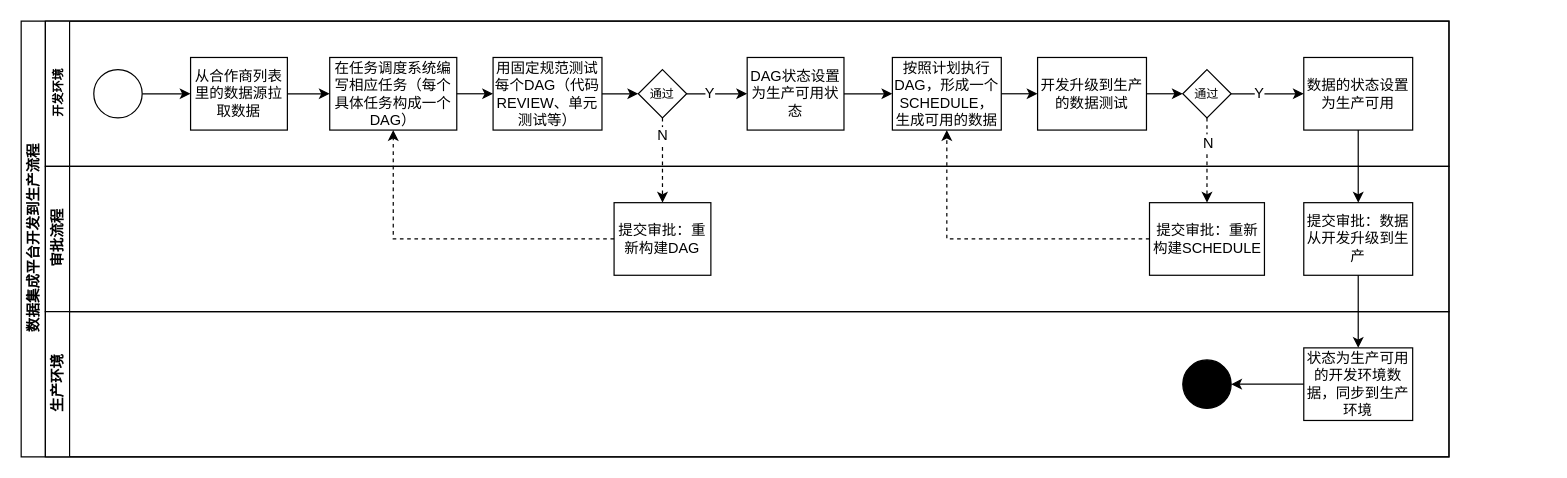
Earlier version of the draw.io diagram drawio/数据集成平台升级方案.drawio (jayed008/notebook). Source tidied: cells renumbered, new cells numbered last; positions are measured from the earlier drawing's top-left corner, leaving out a move shared by most shapes. Both pictures are drawn from the tidied source at 121%, with x=0, y=0 at pixel (21, 21).
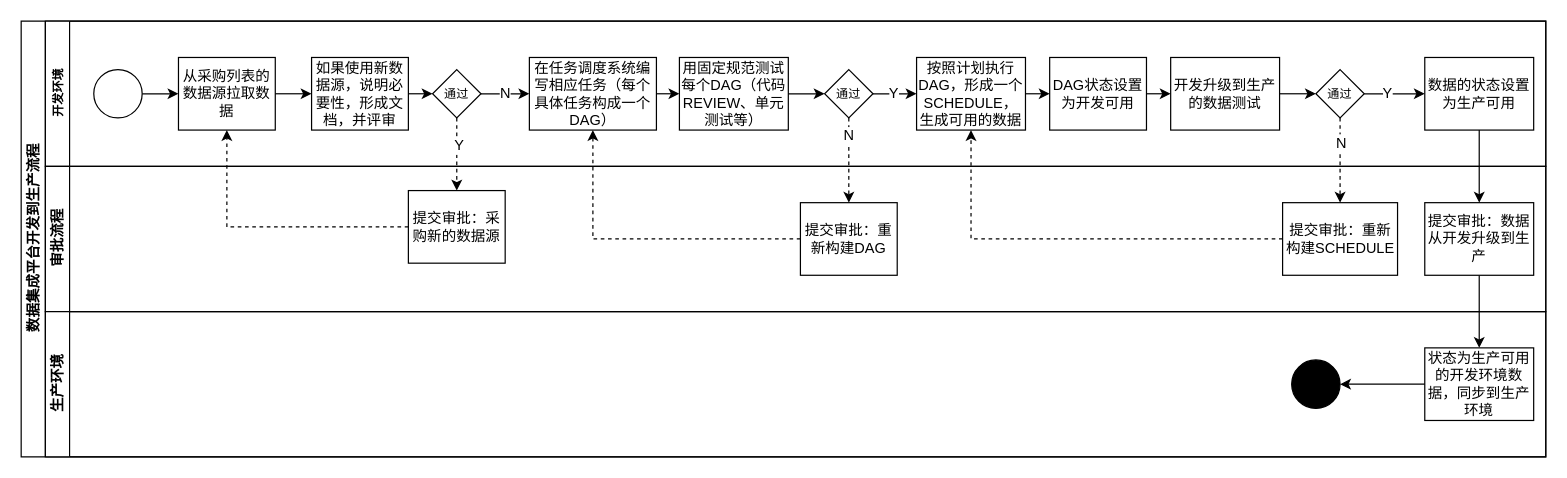
The same diagram, later.

Commit message:
Update 数据集成平台升级方案.drawio

What changed in the source:
```diff
@@
     <mxCell id="2" value="数据集成平台开发到生产流程" style="swimlane;html=1;horizontal=0;startSize=20;" parent="1" vertex="1">
-      <mxGeometry width="1180" height="360" as="geometry" />
+      <mxGeometry width="1260" height="360" as="geometry" />
     </mxCell>
+    <mxCell id="33" style="edgeStyle=orthogonalEdgeStyle;rounded=0;jettySize=auto;html=1;endArrow=classic;endFill=1;dashed=1;" parent="2" edge="1" source="9" target="26">
+      <mxGeometry relative="1" as="geometry" />
+    </mxCell>
+    <mxCell id="34" value="N" style="edgeLabel;html=1;align=center;verticalAlign=middle;fontSize=12;" parent="33" vertex="1">
+      <mxGeometry x="-0.61" y="-1" relative="1" as="geometry" />
+    </mxCell>
+    <mxCell id="35" style="edgeStyle=orthogonalEdgeStyle;rounded=0;jettySize=auto;html=1;endArrow=classic;endFill=1;dashed=1;" parent="2" edge="1" source="26" target="7">
+      <mxGeometry relative="1" as="geometry" />
+    </mxCell>
+    <mxCell id="36" style="endArrow=classic;html=1;fontSize=12;dashed=1;" parent="2" edge="1" source="20" target="28">
+      <mxGeometry relative="1" as="geometry" />
+    </mxCell>
+    <mxCell id="37" value="N" style="edgeLabel;html=1;align=center;verticalAlign=middle;fontSize=12;" parent="36" vertex="1">
+      <mxGeometry x="-0.68" y="1" relative="1" as="geometry">
+        <mxPoint x="-1" y="9" as="offset" />
+      </mxGeometry>
+    </mxCell>
+    <mxCell id="38" style="endArrow=classic;html=1;dashed=1;fontSize=12;rounded=0;" parent="2" edge="1" source="28" target="16">
+      <mxGeometry relative="1" as="geometry">
+        <Array as="points">
+          <mxPoint x="785" y="180" />
+        </Array>
+      </mxGeometry>
+    </mxCell>
+    <mxCell id="39" style="endArrow=classic;html=1;fontSize=12;" parent="2" edge="1" source="27" target="30">
+      <mxGeometry relative="1" as="geometry" />
+    </mxCell>
+    <mxCell id="40" style="endArrow=classic;html=1;fontSize=12;" parent="2" edge="1" source="22" target="27">
+      <mxGeometry relative="1" as="geometry" />
+    </mxCell>
     <mxCell id="3" value="开发环境" style="swimlane;html=1;startSize=20;horizontal=0;fontSize=10;" parent="2" vertex="1">
-      <mxGeometry x="20" width="1160" height="120" as="geometry" />
+      <mxGeometry x="20" width="1240" height="120" as="geometry" />
     </mxCell>
@@
-    <mxCell id="6" value="从合作商列表里的数据源拉取数据" style="rounded=0;whiteSpace=wrap;html=1;fontFamily=Helvetica;fontSize=12;fontColor=#000000;align=center;" parent="3" vertex="1">
-      <mxGeometry x="120" y="30" width="80" height="60" as="geometry" />
+    <mxCell id="6" value="从采购列表的数据源拉取数据" style="rounded=0;whiteSpace=wrap;html=1;fontFamily=Helvetica;fontSize=12;fontColor=#000000;align=center;" parent="3" vertex="1">
+      <mxGeometry x="110" y="30" width="80" height="60" as="geometry" />
     </mxCell>
     <mxCell id="7" value="在任务调度系统编写相应任务（每个具体任务构成一个DAG）" style="rounded=0;whiteSpace=wrap;html=1;fontFamily=Helvetica;fontSize=12;fontColor=#000000;align=center;" parent="3" vertex="1">
-      <mxGeometry x="235" y="30" width="105" height="60" as="geometry" />
+      <mxGeometry x="400" y="30" width="105" height="60" as="geometry" />
     </mxCell>
     <mxCell id="8" value="用固定规范测试每个DAG（代码REVIEW、单元测试等）" style="rounded=0;whiteSpace=wrap;html=1;fontFamily=Helvetica;fontSize=12;fontColor=#000000;align=center;" parent="3" vertex="1">
-      <mxGeometry x="370" y="30" width="90" height="60" as="geometry" />
+      <mxGeometry x="524" y="30" width="90" height="60" as="geometry" />
     </mxCell>
     <mxCell id="9" value="通过" style="rhombus;whiteSpace=wrap;html=1;fontFamily=Helvetica;fontSize=10;fontColor=#000000;align=center;" parent="3" vertex="1">
-      <mxGeometry x="490" y="40" width="40" height="40" as="geometry" />
+      <mxGeometry x="644" y="40" width="40" height="40" as="geometry" />
     </mxCell>
@@
-    <mxCell id="12" style="endArrow=classic;html=1;fontSize=12;" parent="3" edge="1" source="6" target="7">
-      <mxGeometry relative="1" as="geometry" />
+    <mxCell id="12" value="N" style="endArrow=classic;html=1;fontSize=12;startArrow=none;" parent="3" edge="1" source="42" target="7">
+      <mxGeometry relative="1" as="geometry">
+        <Array as="points">
+          <mxPoint x="360" y="60" />
+        </Array>
+      </mxGeometry>
     </mxCell>
-    <mxCell id="13" value="DAG状态设置为生产可用状态" style="rounded=0;whiteSpace=wrap;html=1;fontFamily=Helvetica;fontSize=12;fontColor=#000000;align=center;" parent="3" vertex="1">
-      <mxGeometry x="580" y="30" width="80" height="60" as="geometry" />
-    </mxCell>
-    <mxCell id="14" style="edgeStyle=orthogonalEdgeStyle;rounded=0;jettySize=auto;html=1;endArrow=classic;endFill=1;" parent="3" edge="1" source="9" target="13">
+    <mxCell id="14" style="edgeStyle=orthogonalEdgeStyle;rounded=0;jettySize=auto;html=1;endArrow=classic;endFill=1;" parent="3" edge="1" source="9" target="16">
       <mxGeometry relative="1" as="geometry" />
     </mxCell>
@@
     <mxCell id="16" value="按照计划执行DAG，形成一个SCHEDULE，生成可用的数据" style="rounded=0;whiteSpace=wrap;html=1;fontFamily=Helvetica;fontSize=12;fontColor=#000000;align=center;" parent="3" vertex="1">
-      <mxGeometry x="700" y="30" width="90" height="60" as="geometry" />
+      <mxGeometry x="720" y="30" width="90" height="60" as="geometry" />
     </mxCell>
-    <mxCell id="17" style="endArrow=classic;html=1;fontSize=12;" parent="3" edge="1" source="13" target="16">
-      <mxGeometry relative="1" as="geometry" />
-    </mxCell>
     <mxCell id="18" value="开发升级到生产的数据测试" style="rounded=0;whiteSpace=wrap;html=1;fontFamily=Helvetica;fontSize=12;fontColor=#000000;align=center;" parent="3" vertex="1">
-      <mxGeometry x="820" y="30" width="90" height="60" as="geometry" />
+      <mxGeometry x="930" y="30" width="90" height="60" as="geometry" />
     </mxCell>
-    <mxCell id="19" style="endArrow=classic;html=1;fontSize=12;" parent="3" edge="1" source="16" target="18">
+    <mxCell id="19" style="endArrow=classic;html=1;fontSize=12;" parent="3" edge="1" source="44" target="18">
       <mxGeometry relative="1" as="geometry" />
     </mxCell>
     <mxCell id="20" value="通过" style="rhombus;whiteSpace=wrap;html=1;fontFamily=Helvetica;fontSize=10;fontColor=#000000;align=center;" parent="3" vertex="1">
-      <mxGeometry x="940" y="40" width="40" height="40" as="geometry" />
+      <mxGeometry x="1050" y="40" width="40" height="40" as="geometry" />
     </mxCell>
@@
     <mxCell id="22" value="数据的状态设置为生产可用" style="rounded=0;whiteSpace=wrap;html=1;fontFamily=Helvetica;fontSize=12;fontColor=#000000;align=center;" parent="3" vertex="1">
-      <mxGeometry x="1040" y="30" width="90" height="60" as="geometry" />
+      <mxGeometry x="1140" y="30" width="90" height="60" as="geometry" />
     </mxCell>
@@
+    <mxCell id="41" value="如果使用新数据源，说明必要性，形成文档，并评审" style="rounded=0;whiteSpace=wrap;html=1;fontFamily=Helvetica;fontSize=12;fontColor=#000000;align=center;" parent="3" vertex="1">
+      <mxGeometry x="220" y="30" width="80" height="60" as="geometry" />
+    </mxCell>
+    <mxCell id="42" value="通过" style="rhombus;whiteSpace=wrap;html=1;fontFamily=Helvetica;fontSize=10;fontColor=#000000;align=center;" parent="3" vertex="1">
+      <mxGeometry x="320" y="40" width="40" height="40" as="geometry" />
+    </mxCell>
+    <mxCell id="43" style="endArrow=classic;html=1;fontSize=12;" parent="3" edge="1" source="41" target="42">
+      <mxGeometry relative="1" as="geometry" />
+    </mxCell>
+    <mxCell id="44" value="DAG状态设置为开发可用" style="rounded=0;whiteSpace=wrap;html=1;fontFamily=Helvetica;fontSize=12;fontColor=#000000;align=center;" parent="3" vertex="1">
+      <mxGeometry x="830" y="30" width="80" height="60" as="geometry" />
+    </mxCell>
+    <mxCell id="45" style="endArrow=classic;html=1;fontSize=12;" parent="3" edge="1" source="16" target="44">
+      <mxGeometry relative="1" as="geometry" />
+    </mxCell>
     <mxCell id="25" value="审批流程" style="swimlane;html=1;startSize=20;horizontal=0;" parent="2" vertex="1">
-      <mxGeometry x="20" y="120" width="1160" height="120" as="geometry" />
+      <mxGeometry x="20" y="120" width="1240" height="120" as="geometry" />
     </mxCell>
     <mxCell id="26" value="提交审批：重新构建DAG" style="rounded=0;whiteSpace=wrap;html=1;fontFamily=Helvetica;fontSize=12;fontColor=#000000;align=center;" parent="25" vertex="1">
-      <mxGeometry x="470" y="30" width="80" height="60" as="geometry" />
+      <mxGeometry x="624" y="30" width="80" height="60" as="geometry" />
     </mxCell>
     <mxCell id="27" value="提交审批：数据从开发升级到生产" style="rounded=0;whiteSpace=wrap;html=1;fontFamily=Helvetica;fontSize=12;fontColor=#000000;align=center;" parent="25" vertex="1">
-      <mxGeometry x="1040" y="30" width="90" height="60" as="geometry" />
+      <mxGeometry x="1140" y="30" width="90" height="60" as="geometry" />
     </mxCell>
     <mxCell id="28" value="&lt;span&gt;提交审批：重新构建&lt;/span&gt;SCHEDULE" style="rounded=0;whiteSpace=wrap;html=1;fontFamily=Helvetica;fontSize=12;fontColor=#000000;align=center;" parent="25" vertex="1">
-      <mxGeometry x="912.5" y="30" width="95" height="60" as="geometry" />
+      <mxGeometry x="1022.5" y="30" width="95" height="60" as="geometry" />
     </mxCell>
+    <mxCell id="46" value="提交审批：采购新的数据源" style="rounded=0;whiteSpace=wrap;html=1;fontFamily=Helvetica;fontSize=12;fontColor=#000000;align=center;" parent="25" vertex="1">
+      <mxGeometry x="300" y="20" width="80" height="60" as="geometry" />
+    </mxCell>
     <mxCell id="29" value="生产环境" style="swimlane;html=1;startSize=20;horizontal=0;" parent="2" vertex="1">
-      <mxGeometry x="20" y="240" width="1160" height="120" as="geometry" />
+      <mxGeometry x="20" y="240" width="1240" height="120" as="geometry" />
     </mxCell>
     <mxCell id="30" value="状态为生产可用的开发环境数据，同步到生产环境" style="rounded=0;whiteSpace=wrap;html=1;fontFamily=Helvetica;fontSize=12;fontColor=#000000;align=center;" parent="29" vertex="1">
-      <mxGeometry x="1040" y="30" width="90" height="60" as="geometry" />
+      <mxGeometry x="1140" y="30" width="90" height="60" as="geometry" />
     </mxCell>
     <mxCell id="31" style="ellipse;whiteSpace=wrap;html=1;fillColor=#0000000;" parent="29" vertex="1">
-      <mxGeometry x="940" y="40" width="40" height="40" as="geometry" />
+      <mxGeometry x="1030" y="40" width="40" height="40" as="geometry" />
     </mxCell>
@@
-    <mxCell id="33" style="edgeStyle=orthogonalEdgeStyle;rounded=0;jettySize=auto;html=1;endArrow=classic;endFill=1;dashed=1;" parent="2" edge="1" source="9" target="26">
-      <mxGeometry relative="1" as="geometry" />
-    </mxCell>
-    <mxCell id="34" value="N" style="edgeLabel;html=1;align=center;verticalAlign=middle;fontSize=12;" parent="33" vertex="1">
-      <mxGeometry x="-0.61" y="-1" relative="1" as="geometry" />
-    </mxCell>
-    <mxCell id="35" style="edgeStyle=orthogonalEdgeStyle;rounded=0;jettySize=auto;html=1;endArrow=classic;endFill=1;dashed=1;" parent="2" edge="1" source="26" target="7">
-      <mxGeometry relative="1" as="geometry" />
-    </mxCell>
-    <mxCell id="36" style="endArrow=classic;html=1;fontSize=12;dashed=1;" parent="2" edge="1" source="20" target="28">
-      <mxGeometry relative="1" as="geometry" />
-    </mxCell>
-    <mxCell id="37" value="N" style="edgeLabel;html=1;align=center;verticalAlign=middle;fontSize=12;" parent="36" vertex="1">
-      <mxGeometry x="-0.68" y="1" relative="1" as="geometry">
-        <mxPoint x="-1" y="9" as="offset" />
-      </mxGeometry>
-    </mxCell>
-    <mxCell id="38" style="endArrow=classic;html=1;dashed=1;fontSize=12;rounded=0;" parent="2" edge="1" source="28" target="16">
-      <mxGeometry relative="1" as="geometry">
-        <Array as="points">
-          <mxPoint x="765" y="180" />
-        </Array>
-      </mxGeometry>
-    </mxCell>
-    <mxCell id="39" style="endArrow=classic;html=1;fontSize=12;" parent="2" edge="1" source="27" target="30">
-      <mxGeometry relative="1" as="geometry" />
-    </mxCell>
-    <mxCell id="40" style="endArrow=classic;html=1;fontSize=12;" parent="2" edge="1" source="22" target="27">
-      <mxGeometry relative="1" as="geometry" />
-    </mxCell>
+    <mxCell id="47" style="endArrow=classic;html=1;fontSize=12;dashed=1;" parent="2" edge="1" source="42" target="46">
+      <mxGeometry relative="1" as="geometry" />
+    </mxCell>
+    <mxCell id="48" value="Y" style="edgeLabel;html=1;align=center;verticalAlign=middle;fontSize=12;" parent="47" vertex="1">
+      <mxGeometry x="-0.27" y="1" relative="1" as="geometry" />
+    </mxCell>
+    <mxCell id="49" style="endArrow=classic;html=1;dashed=1;fontSize=12;rounded=0;" parent="2" edge="1" source="46" target="6">
+      <mxGeometry relative="1" as="geometry">
+        <Array as="points">
+          <mxPoint x="170" y="170" />
+        </Array>
+      </mxGeometry>
+    </mxCell>
+    <mxCell id="50" style="endArrow=classic;html=1;fontSize=12;" parent="1" edge="1" source="6">
+      <mxGeometry relative="1" as="geometry">
+        <mxPoint x="240" y="60" as="targetPoint" />
+      </mxGeometry>
+    </mxCell>
```
